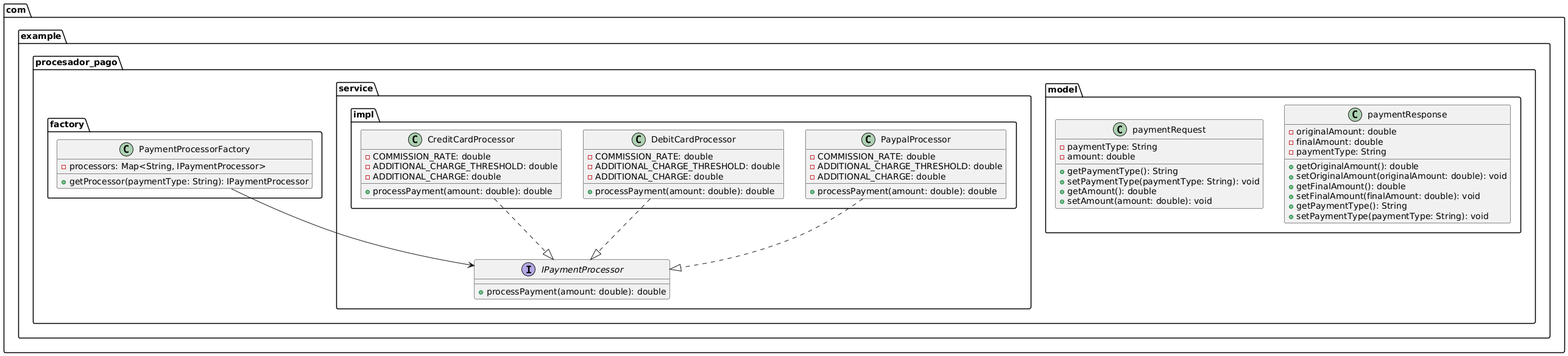
This is UML.png from adrianbaron/procesador-pago, a PlantUML export, as it was before one commit.
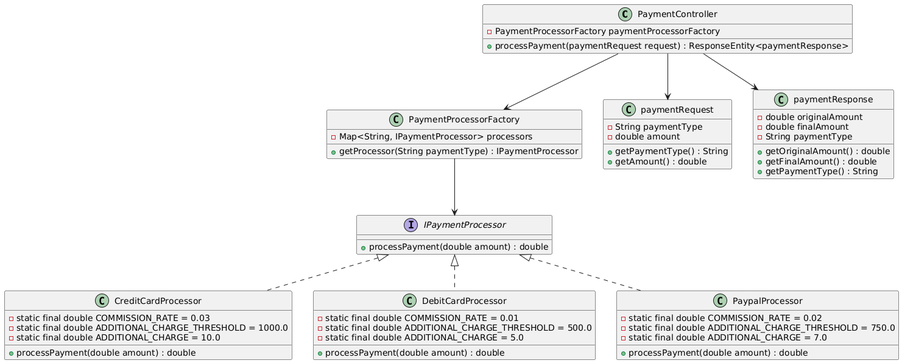
After the commit.

Diff of the diagram source:
```diff
@@ -1,67 +1,60 @@
 @startuml
-package "com.example.procesador_pago" {
-    package "factory" {
-        class PaymentProcessorFactory {
-            - processors: Map<String, IPaymentProcessor>
-            + getProcessor(paymentType: String): IPaymentProcessor
-        }
-    }
+class PaymentController {
+    - PaymentProcessorFactory paymentProcessorFactory
+    + processPayment(paymentRequest request) : ResponseEntity<paymentResponse>
+}
 
-    package "model" {
-        class paymentRequest {
-            - paymentType: String
-            - amount: double
-            + getPaymentType(): String
-            + setPaymentType(paymentType: String): void
-            + getAmount(): double
-            + setAmount(amount: double): void
-        }
+class PaymentProcessorFactory {
+    - Map<String, IPaymentProcessor> processors
+    + getProcessor(String paymentType) : IPaymentProcessor
+}
 
-        class paymentResponse {
-            - originalAmount: double
-            - finalAmount: double
-            - paymentType: String
-            + getOriginalAmount(): double
-            + setOriginalAmount(originalAmount: double): void
-            + getFinalAmount(): double
-            + setFinalAmount(finalAmount: double): void
-            + getPaymentType(): String
-            + setPaymentType(paymentType: String): void
-        }
-    }
+interface IPaymentProcessor {
+    + processPayment(double amount) : double
+}
 
-    package "service" {
-        interface IPaymentProcessor {
-            + processPayment(amount: double): double
-        }
+class CreditCardProcessor {
+    - static final double COMMISSION_RATE = 0.03
+    - static final double ADDITIONAL_CHARGE_THRESHOLD = 1000.0
+    - static final double ADDITIONAL_CHARGE = 10.0
+    + processPayment(double amount) : double
+}
 
-        package "impl" {
-            class CreditCardProcessor {
-                - COMMISSION_RATE: double
-                - ADDITIONAL_CHARGE_THRESHOLD: double
-                - ADDITIONAL_CHARGE: double
-                + processPayment(amount: double): double
-            }
+class DebitCardProcessor {
+    - static final double COMMISSION_RATE = 0.01
+    - static final double ADDITIONAL_CHARGE_THRESHOLD = 500.0
+    - static final double ADDITIONAL_CHARGE = 5.0
+    + processPayment(double amount) : double
+}
 
-            class DebitCardProcessor {
-                - COMMISSION_RATE: double
-                - ADDITIONAL_CHARGE_THRESHOLD: double
-                - ADDITIONAL_CHARGE: double
-                + processPayment(amount: double): double
-            }
+class PaypalProcessor {
+    - static final double COMMISSION_RATE = 0.02
+    - static final double ADDITIONAL_CHARGE_THRESHOLD = 750.0
+    - static final double ADDITIONAL_CHARGE = 7.0
+    + processPayment(double amount) : double
+}
 
-            class PaypalProcessor {
-                - COMMISSION_RATE: double
-                - ADDITIONAL_CHARGE_THRESHOLD: double
-                - ADDITIONAL_CHARGE: double
-                + processPayment(amount: double): double
-            }
-        }
-    }
+class paymentRequest {
+    - String paymentType
+    - double amount
+    + getPaymentType() : String
+    + getAmount() : double
+}
 
-    PaymentProcessorFactory --> IPaymentProcessor
-    CreditCardProcessor ..|> IPaymentProcessor
-    DebitCardProcessor ..|> IPaymentProcessor
-    PaypalProcessor ..|> IPaymentProcessor
+class paymentResponse {
+    - double originalAmount
+    - double finalAmount
+    - String paymentType
+    + getOriginalAmount() : double
+    + getFinalAmount() : double
+    + getPaymentType() : String
 }
+
+PaymentController --> PaymentProcessorFactory
+PaymentProcessorFactory --> IPaymentProcessor
+IPaymentProcessor <|.. CreditCardProcessor
+IPaymentProcessor <|.. DebitCardProcessor
+IPaymentProcessor <|.. PaypalProcessor
+PaymentController --> paymentRequest
+PaymentController --> paymentResponse
 @enduml
```
